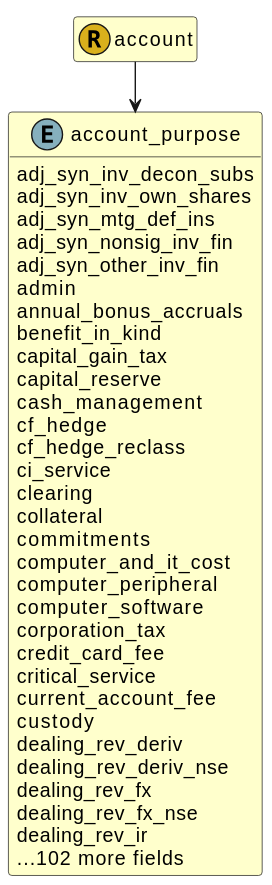
Schemarise/demo-alfa-with-fire-json-model keeps this PlantUML diagram as images/fire.model.account_purpose.svg. Above is the earlier version.
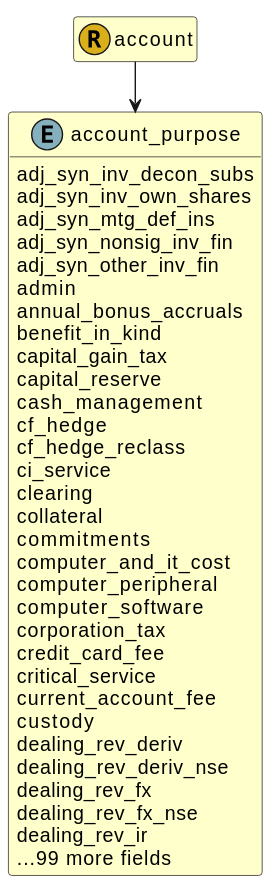
Above is the later version.

Diff of the diagram source:
```diff
@@ -42,7 +42,7 @@
   dealing_rev_fx
   dealing_rev_fx_nse
   dealing_rev_ir
-  ...102 more fields
+  ...99 more fields
 
 
 
```
